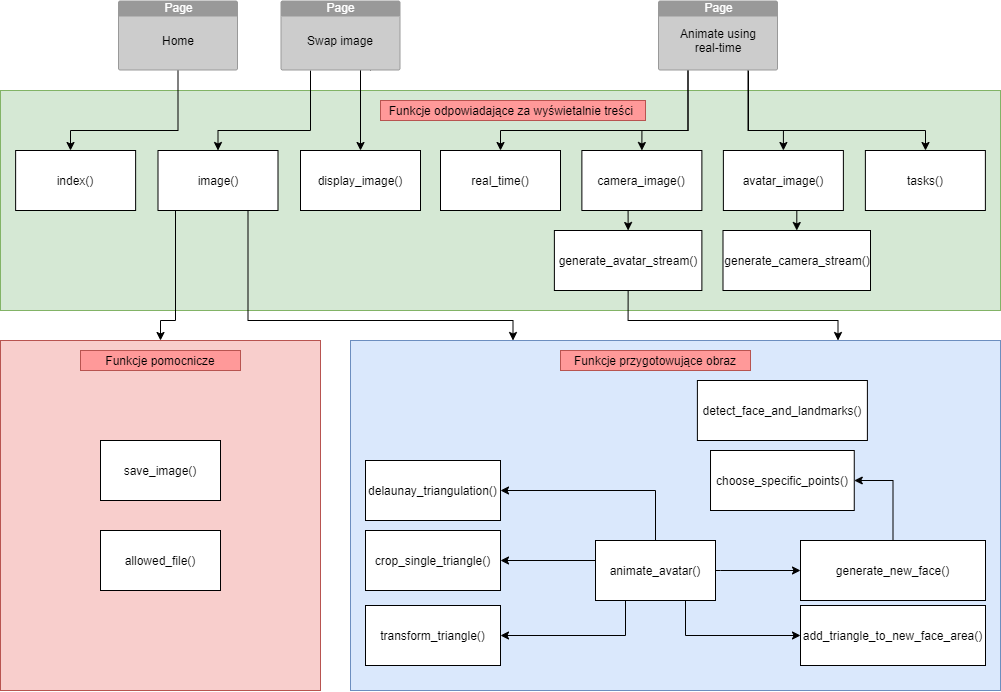
The draw.io diagram zdjęcia/structure_app.png in gnoianna/Engineering-Thesis, before a commit. Source tidied: cells renumbered, new cells last; positions are measured from the earlier drawing's top-left corner, leaving out a move shared by most shapes.
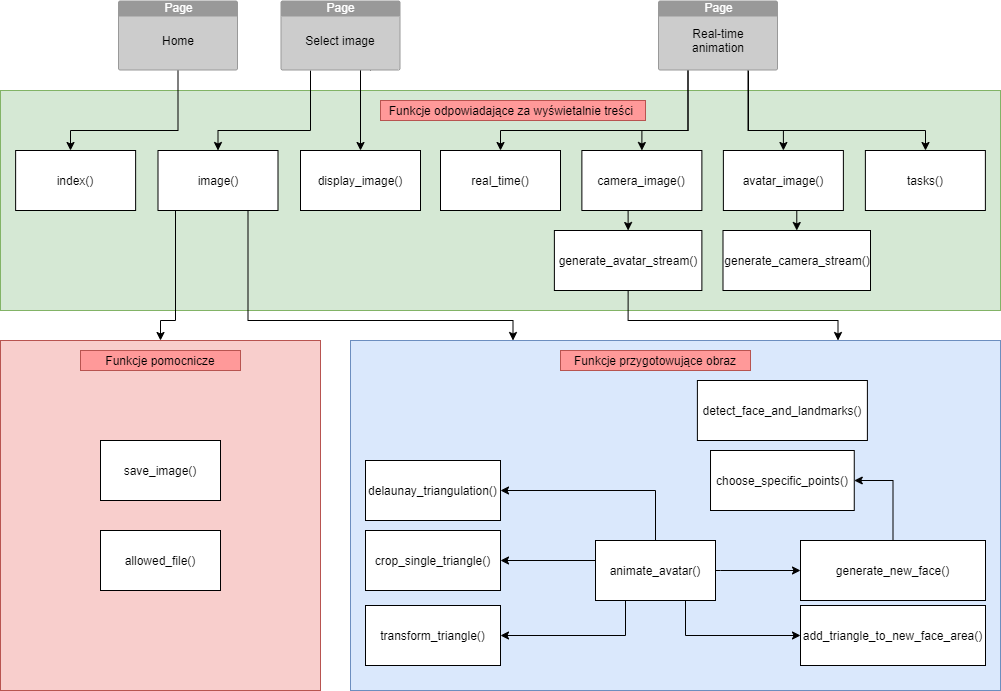
The same file after the commit.

Diff of the diagram source:
```diff
@@ -106,10 +106,10 @@
     <mxCell id="23" value="Home" style="text;html=1;strokeColor=none;fillColor=none;align=center;verticalAlign=middle;whiteSpace=wrap;rounded=0;" parent="1" vertex="1">
       <mxGeometry x="157.5" y="30" width="40" height="20" as="geometry" />
     </mxCell>
-    <mxCell id="24" value="Swap image" style="text;html=1;strokeColor=none;fillColor=none;align=center;verticalAlign=middle;whiteSpace=wrap;rounded=0;" parent="1" vertex="1">
+    <mxCell id="24" value="Select image" style="text;html=1;strokeColor=none;fillColor=none;align=center;verticalAlign=middle;whiteSpace=wrap;rounded=0;" parent="1" vertex="1">
       <mxGeometry x="290" y="30" width="100" height="20" as="geometry" />
     </mxCell>
-    <mxCell id="25" value="Animate using real-time" style="text;html=1;strokeColor=none;fillColor=none;align=center;verticalAlign=middle;whiteSpace=wrap;rounded=0;" parent="1" vertex="1">
+    <mxCell id="25" value="Real-time animation" style="text;html=1;strokeColor=none;fillColor=none;align=center;verticalAlign=middle;whiteSpace=wrap;rounded=0;" parent="1" vertex="1">
       <mxGeometry x="667.5" y="30" width="100" height="20" as="geometry" />
     </mxCell>
     <mxCell id="26" style="edgeStyle=orthogonalEdgeStyle;rounded=0;jettySize=auto;html=1;exitX=0.5;exitY=1;exitDx=0;exitDy=0;entryX=0.5;entryY=0;entryDx=0;entryDy=0;" parent="1" edge="1" source="27" target="31">
```
